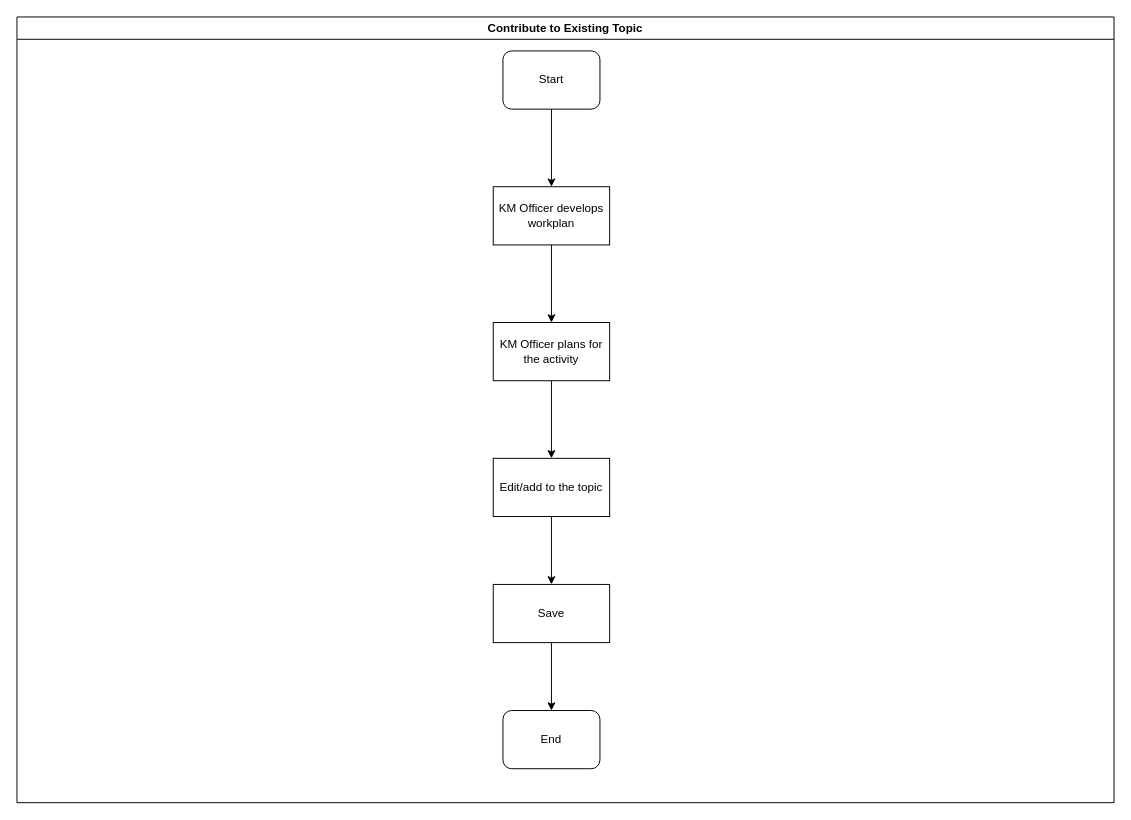
Earlier version of the draw.io diagram KEFRI-KM-Facilitation of knowledge sharing opportunities.drawio (kmagua/flowcharts). Source tidied: cells renumbered, new cells numbered last; positions are measured from the earlier drawing's top-left corner, leaving out a move shared by most shapes. Both pictures are drawn from the tidied source at 97%, with x=0, y=0 at pixel (16, 16).
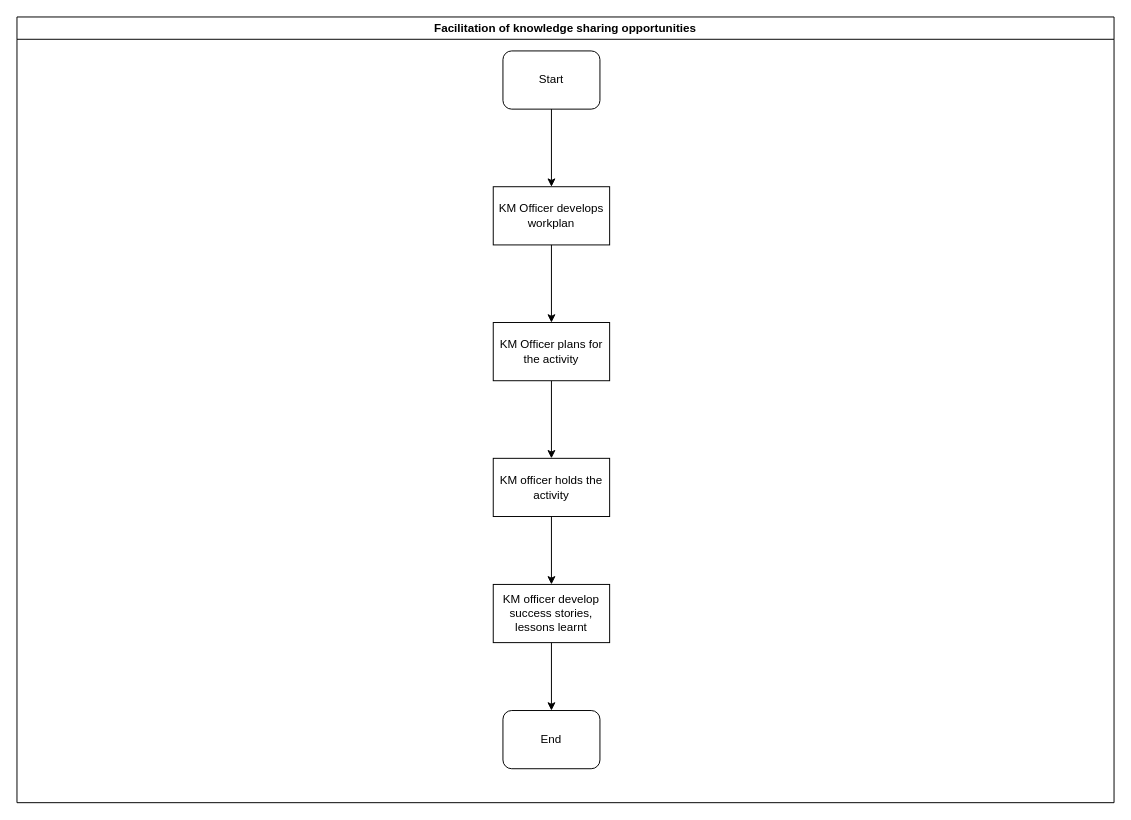
Above is the later version.

Change to the diagram source:
```diff
@@
 <mxGraphModel>
   <root>
     <mxCell id="0" />
     <mxCell id="1" parent="0" />
-    <mxCell id="2" value="Contribute to Existing Topic" style="swimlane;" parent="1" vertex="1">
+    <mxCell id="2" value="Facilitation of knowledge sharing opportunities" style="swimlane;" parent="1" vertex="1">
       <mxGeometry width="1131" height="810" as="geometry" />
     </mxCell>
     <mxCell id="3" value="End" style="rounded=1;whiteSpace=wrap;html=1;" parent="2" vertex="1">
       <mxGeometry x="501" y="715" width="100" height="60" as="geometry" />
     </mxCell>
     <mxCell id="4" style="edgeStyle=orthogonalEdgeStyle;rounded=0;jettySize=auto;html=1;entryX=0.5;entryY=0;entryDx=0;entryDy=0;" parent="2" edge="1" source="6" target="3">
       <mxGeometry relative="1" as="geometry" />
     </mxCell>
-    <mxCell id="5" value="Edit/add to the topic" style="whiteSpace=wrap;html=1;rounded=0;" parent="2" vertex="1">
+    <mxCell id="5" value="KM officer holds the activity" style="whiteSpace=wrap;html=1;rounded=0;" parent="2" vertex="1">
       <mxGeometry x="491" y="455" width="120" height="60" as="geometry" />
     </mxCell>
-    <mxCell id="6" value="Save" style="whiteSpace=wrap;html=1;rounded=0;" parent="2" vertex="1">
+    <mxCell id="6" value="KM officer develop success stories, lessons learnt" style="whiteSpace=wrap;html=1;rounded=0;" parent="2" vertex="1">
       <mxGeometry x="491" y="585" width="120" height="60" as="geometry" />
     </mxCell>
     <mxCell id="7" style="edgeStyle=orthogonalEdgeStyle;rounded=0;jettySize=auto;html=1;entryX=0.5;entryY=0;entryDx=0;entryDy=0;" parent="2" edge="1" source="5" target="6">
       <mxGeometry relative="1" as="geometry" />
     </mxCell>
     <mxCell id="8" value="Start" style="rounded=1;whiteSpace=wrap;html=1;" parent="2" vertex="1">
       <mxGeometry x="501" y="35" width="100" height="60" as="geometry" />
     </mxCell>
     <mxCell id="9" value="KM Officer develops workplan" style="rounded=0;whiteSpace=wrap;html=1;" parent="2" vertex="1">
       <mxGeometry x="491" y="175" width="120" height="60" as="geometry" />
     </mxCell>
     <mxCell id="10" style="edgeStyle=orthogonalEdgeStyle;rounded=0;jettySize=auto;html=1;" parent="2" edge="1" source="8" target="9">
       <mxGeometry relative="1" as="geometry" />
     </mxCell>
     <mxCell id="11" style="edgeStyle=orthogonalEdgeStyle;rounded=0;jettySize=auto;html=1;entryX=0.5;entryY=0;entryDx=0;entryDy=0;" parent="2" edge="1" source="12" target="5">
       <mxGeometry relative="1" as="geometry" />
     </mxCell>
     <mxCell id="12" value="KM Officer plans for the activity" style="whiteSpace=wrap;html=1;rounded=0;" parent="2" vertex="1">
       <mxGeometry x="491" y="315" width="120" height="60" as="geometry" />
     </mxCell>
     <mxCell id="13" style="edgeStyle=orthogonalEdgeStyle;rounded=0;jettySize=auto;html=1;" parent="2" edge="1" source="9" target="12">
       <mxGeometry relative="1" as="geometry" />
     </mxCell>
   </root>
 </mxGraphModel>
```
